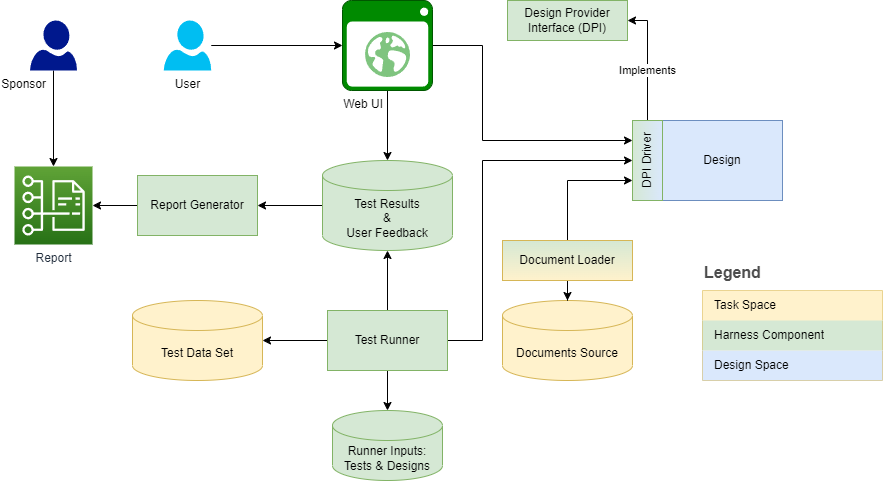
Above: overview.png in ai-deep-learning/doc-rag-harness (draw.io), before the change. Source tidied: cells renumbered, new cells last; positions are measured from the earlier drawing's top-left corner, leaving out a move shared by most shapes.
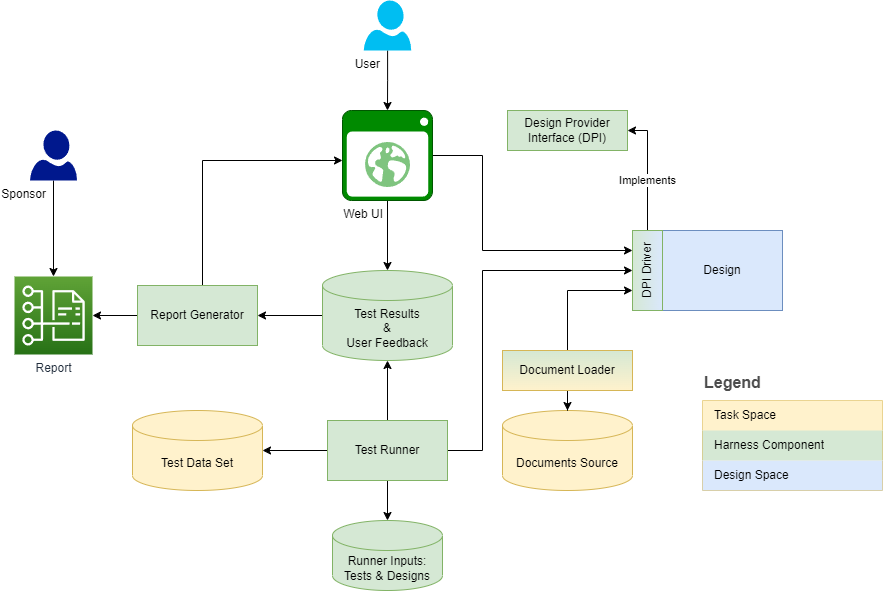
The same file after the commit.

Commit message:
Updated readme and overview diagram

What changed in the source:
```diff
@@ -5,8 +5,8 @@
     <mxCell id="2" style="edgeStyle=orthogonalEdgeStyle;rounded=0;jettySize=auto;html=1;fontColor=#000000;" parent="1" edge="1" source="3" target="27">
       <mxGeometry relative="1" as="geometry" />
     </mxCell>
-    <mxCell id="3" value="User" style="verticalLabelPosition=bottom;html=1;verticalAlign=top;align=center;strokeColor=none;fillColor=#00BEF2;shape=mxgraph.azure.user;" parent="1" vertex="1">
-      <mxGeometry x="149.2" y="20" width="47.5" height="50" as="geometry" />
+    <mxCell id="3" value="User" style="verticalLabelPosition=bottom;html=1;verticalAlign=top;align=right;strokeColor=none;fillColor=#00BEF2;shape=mxgraph.azure.user;labelPosition=left;spacingRight=-18;" parent="1" vertex="1">
+      <mxGeometry x="349.2" y="-110" width="47.5" height="50" as="geometry" />
     </mxCell>
     <mxCell id="4" style="edgeStyle=orthogonalEdgeStyle;rounded=0;jettySize=auto;html=1;fontColor=#000000;" parent="1" edge="1" source="5" target="33">
       <mxGeometry relative="1" as="geometry" />
@@ -106,6 +106,13 @@
     <mxCell id="31" style="edgeStyle=orthogonalEdgeStyle;rounded=0;jettySize=auto;html=1;fontColor=#000000;" parent="1" edge="1" source="32" target="33">
       <mxGeometry relative="1" as="geometry" />
     </mxCell>
+    <mxCell id="34" style="edgeStyle=orthogonalEdgeStyle;rounded=0;jettySize=auto;html=1;" parent="1" edge="1" source="32" target="27">
+      <mxGeometry relative="1" as="geometry">
+        <Array as="points">
+          <mxPoint x="188" y="50" />
+        </Array>
+      </mxGeometry>
+    </mxCell>
     <mxCell id="32" value="Report Generator" style="rounded=0;whiteSpace=wrap;html=1;labelBorderColor=none;gradientDirection=north;fillColor=#d5e8d4;strokeColor=#82b366;" parent="1" vertex="1">
       <mxGeometry x="123" y="175" width="120" height="60" as="geometry" />
     </mxCell>
```
